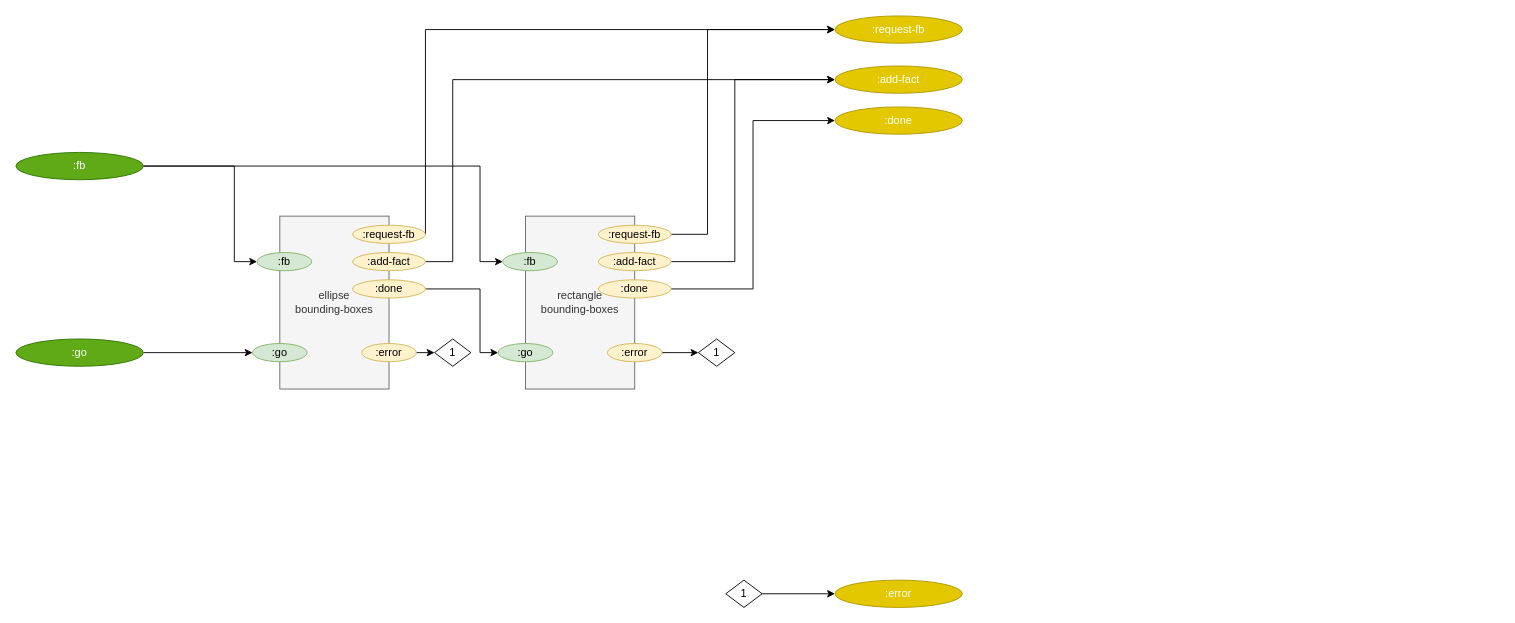
The draw.io diagram page "Passes" (10 of 10) of svg/cl-compiler/doc/compiler-test-bed.drawio in bmfbp/bmfbp, before the edit. Source tidied: cells renumbered, new cells numbered last; positions are measured from the earlier drawing's top-left corner, leaving out a move shared by most shapes. Both pictures are drawn from the tidied source at 91%, with x=0, y=0 at pixel (15, 15).
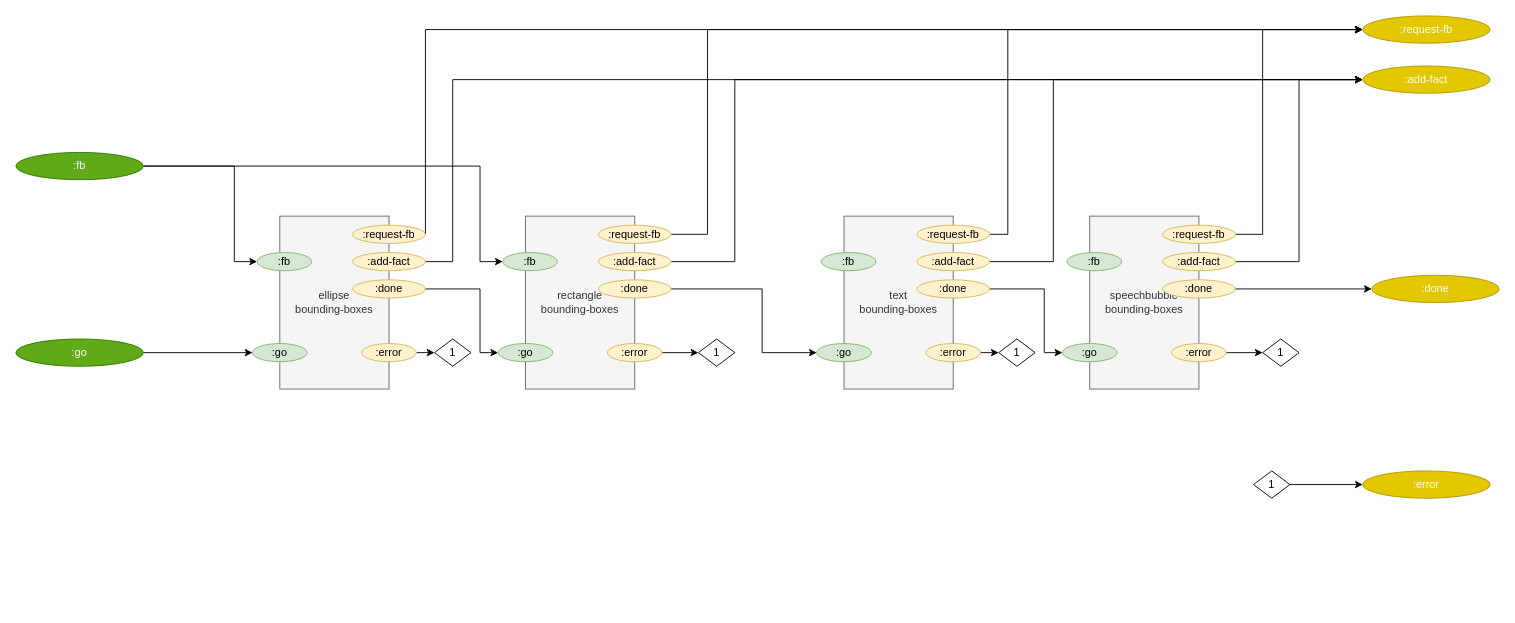
The same diagram, later.

Commit message (it also covers changes not shown here):
fix text matching, must specify all 6 items

The change refers to these unchanged cells:
```xml
<mxCell id="33" value=":done" style="ellipse;whiteSpace=wrap;html=1;fillColor=#fff2cc;strokeColor=#d6b656;" parent="1" vertex="1">
  <mxGeometry x="640" y="290" width="80" height="20" as="geometry" />
</mxCell>
```

The edit, as a diff of the source:
```diff
@@
     <mxCell id="5" value=":error" style="ellipse;whiteSpace=wrap;html=1;fillColor=#e3c800;strokeColor=#B09500;fontColor=#ffffff;" parent="1" vertex="1">
-      <mxGeometry x="900" y="620" width="140" height="30" as="geometry" />
+      <mxGeometry x="1480" y="500" width="140" height="30" as="geometry" />
     </mxCell>
     <mxCell id="6" value=":done" style="ellipse;whiteSpace=wrap;html=1;fillColor=#e3c800;strokeColor=#B09500;fontColor=#ffffff;" parent="1" vertex="1">
-      <mxGeometry x="900" y="100" width="140" height="30" as="geometry" />
+      <mxGeometry x="1490" y="285" width="140" height="30" as="geometry" />
     </mxCell>
     <mxCell id="7" value=":add-fact" style="ellipse;whiteSpace=wrap;html=1;fillColor=#e3c800;strokeColor=#B09500;fontColor=#ffffff;" parent="1" vertex="1">
-      <mxGeometry x="900" y="55" width="140" height="30" as="geometry" />
+      <mxGeometry x="1480" y="55" width="140" height="30" as="geometry" />
     </mxCell>
     <mxCell id="8" value=":request-fb" style="ellipse;whiteSpace=wrap;html=1;fillColor=#e3c800;strokeColor=#B09500;fontColor=#ffffff;" parent="1" vertex="1">
-      <mxGeometry x="900" width="140" height="30" as="geometry" />
+      <mxGeometry x="1480" width="140" height="30" as="geometry" />
     </mxCell>
@@
     <mxCell id="21" value="1" style="rhombus;whiteSpace=wrap;html=1;" parent="1" vertex="1">
-      <mxGeometry x="780" y="620" width="40" height="30" as="geometry" />
+      <mxGeometry x="1360" y="500" width="40" height="30" as="geometry" />
     </mxCell>
@@
-    <mxCell id="32" style="edgeStyle=orthogonalEdgeStyle;rounded=0;jettySize=auto;html=1;exitX=1;exitY=0.5;exitDx=0;exitDy=0;entryX=0;entryY=0.5;entryDx=0;entryDy=0;" parent="1" edge="1" source="33" target="6">
-      <mxGeometry relative="1" as="geometry" />
-    </mxCell>
+    <mxCell id="37" style="edgeStyle=orthogonalEdgeStyle;rounded=0;jettySize=auto;html=1;exitX=1;exitY=0.5;exitDx=0;exitDy=0;entryX=0;entryY=0.5;entryDx=0;entryDy=0;" parent="1" edge="1" source="33" target="44">
+      <mxGeometry relative="1" as="geometry">
+        <Array as="points">
+          <mxPoint x="820" y="300" />
+          <mxPoint x="820" y="370" />
+        </Array>
+      </mxGeometry>
+    </mxCell>
@@
+    <mxCell id="38" value="text&lt;br&gt;bounding-boxes" style="rounded=0;whiteSpace=wrap;html=1;fillColor=#f5f5f5;strokeColor=#666666;fontColor=#333333;" parent="1" vertex="1">
+      <mxGeometry x="910" y="220" width="120" height="190" as="geometry" />
+    </mxCell>
+    <mxCell id="39" value=":fb" style="ellipse;whiteSpace=wrap;html=1;fillColor=#d5e8d4;strokeColor=#82b366;" parent="1" vertex="1">
+      <mxGeometry x="885" y="260" width="60" height="20" as="geometry" />
+    </mxCell>
+    <mxCell id="40" style="edgeStyle=orthogonalEdgeStyle;rounded=0;jettySize=auto;html=1;exitX=1;exitY=0.5;exitDx=0;exitDy=0;entryX=0;entryY=0.5;entryDx=0;entryDy=0;" parent="1" edge="1" source="41" target="7">
+      <mxGeometry relative="1" as="geometry">
+        <Array as="points">
+          <mxPoint x="1140" y="270" />
+          <mxPoint x="1140" y="70" />
+        </Array>
+      </mxGeometry>
+    </mxCell>
+    <mxCell id="41" value=":add-fact" style="ellipse;whiteSpace=wrap;html=1;fillColor=#fff2cc;strokeColor=#d6b656;" parent="1" vertex="1">
+      <mxGeometry x="990" y="260" width="80" height="20" as="geometry" />
+    </mxCell>
+    <mxCell id="42" style="edgeStyle=orthogonalEdgeStyle;rounded=0;jettySize=auto;html=1;exitX=1;exitY=0.5;exitDx=0;exitDy=0;entryX=0;entryY=0.5;entryDx=0;entryDy=0;" parent="1" edge="1" source="43" target="47">
+      <mxGeometry relative="1" as="geometry" />
+    </mxCell>
+    <mxCell id="43" value=":error" style="ellipse;whiteSpace=wrap;html=1;fillColor=#fff2cc;strokeColor=#d6b656;" parent="1" vertex="1">
+      <mxGeometry x="1000" y="360" width="60" height="20" as="geometry" />
+    </mxCell>
+    <mxCell id="44" value=":go" style="ellipse;whiteSpace=wrap;html=1;fillColor=#d5e8d4;strokeColor=#82b366;" parent="1" vertex="1">
+      <mxGeometry x="880" y="360" width="60" height="20" as="geometry" />
+    </mxCell>
+    <mxCell id="45" style="edgeStyle=orthogonalEdgeStyle;rounded=0;jettySize=auto;html=1;exitX=1;exitY=0.5;exitDx=0;exitDy=0;entryX=0;entryY=0.5;entryDx=0;entryDy=0;" parent="1" edge="1" source="46" target="56">
+      <mxGeometry relative="1" as="geometry">
+        <Array as="points">
+          <mxPoint x="1130" y="300" />
+          <mxPoint x="1130" y="370" />
+        </Array>
+      </mxGeometry>
+    </mxCell>
+    <mxCell id="46" value=":done" style="ellipse;whiteSpace=wrap;html=1;fillColor=#fff2cc;strokeColor=#d6b656;" parent="1" vertex="1">
+      <mxGeometry x="990" y="290" width="80" height="20" as="geometry" />
+    </mxCell>
+    <mxCell id="47" value="1" style="rhombus;whiteSpace=wrap;html=1;" parent="1" vertex="1">
+      <mxGeometry x="1080" y="355" width="40" height="30" as="geometry" />
+    </mxCell>
+    <mxCell id="48" style="edgeStyle=orthogonalEdgeStyle;rounded=0;jettySize=auto;html=1;exitX=1;exitY=0.5;exitDx=0;exitDy=0;entryX=0;entryY=0.5;entryDx=0;entryDy=0;" parent="1" edge="1" source="49" target="8">
+      <mxGeometry relative="1" as="geometry">
+        <Array as="points">
+          <mxPoint x="1090" y="240" />
+          <mxPoint x="1090" y="15" />
+        </Array>
+      </mxGeometry>
+    </mxCell>
+    <mxCell id="49" value=":request-fb" style="ellipse;whiteSpace=wrap;html=1;fillColor=#fff2cc;strokeColor=#d6b656;" parent="1" vertex="1">
+      <mxGeometry x="990" y="230" width="80" height="20" as="geometry" />
+    </mxCell>
+    <mxCell id="50" value="speechbubble&lt;br&gt;bounding-boxes" style="rounded=0;whiteSpace=wrap;html=1;fillColor=#f5f5f5;strokeColor=#666666;fontColor=#333333;" parent="1" vertex="1">
+      <mxGeometry x="1180" y="220" width="120" height="190" as="geometry" />
+    </mxCell>
+    <mxCell id="51" value=":fb" style="ellipse;whiteSpace=wrap;html=1;fillColor=#d5e8d4;strokeColor=#82b366;" parent="1" vertex="1">
+      <mxGeometry x="1155" y="260" width="60" height="20" as="geometry" />
+    </mxCell>
+    <mxCell id="52" style="edgeStyle=orthogonalEdgeStyle;rounded=0;jettySize=auto;html=1;exitX=1;exitY=0.5;exitDx=0;exitDy=0;entryX=0;entryY=0.5;entryDx=0;entryDy=0;" parent="1" edge="1" source="53" target="7">
+      <mxGeometry relative="1" as="geometry" />
+    </mxCell>
+    <mxCell id="53" value=":add-fact" style="ellipse;whiteSpace=wrap;html=1;fillColor=#fff2cc;strokeColor=#d6b656;" parent="1" vertex="1">
+      <mxGeometry x="1260" y="260" width="80" height="20" as="geometry" />
+    </mxCell>
+    <mxCell id="54" style="edgeStyle=orthogonalEdgeStyle;rounded=0;jettySize=auto;html=1;exitX=1;exitY=0.5;exitDx=0;exitDy=0;entryX=0;entryY=0.5;entryDx=0;entryDy=0;" parent="1" edge="1" source="55" target="59">
+      <mxGeometry relative="1" as="geometry" />
+    </mxCell>
+    <mxCell id="55" value=":error" style="ellipse;whiteSpace=wrap;html=1;fillColor=#fff2cc;strokeColor=#d6b656;" parent="1" vertex="1">
+      <mxGeometry x="1270" y="360" width="60" height="20" as="geometry" />
+    </mxCell>
+    <mxCell id="56" value=":go" style="ellipse;whiteSpace=wrap;html=1;fillColor=#d5e8d4;strokeColor=#82b366;" parent="1" vertex="1">
+      <mxGeometry x="1150" y="360" width="60" height="20" as="geometry" />
+    </mxCell>
+    <mxCell id="57" style="edgeStyle=orthogonalEdgeStyle;rounded=0;jettySize=auto;html=1;exitX=1;exitY=0.5;exitDx=0;exitDy=0;entryX=0;entryY=0.5;entryDx=0;entryDy=0;" parent="1" edge="1" source="58" target="6">
+      <mxGeometry relative="1" as="geometry" />
+    </mxCell>
+    <mxCell id="58" value=":done" style="ellipse;whiteSpace=wrap;html=1;fillColor=#fff2cc;strokeColor=#d6b656;" parent="1" vertex="1">
+      <mxGeometry x="1260" y="290" width="80" height="20" as="geometry" />
+    </mxCell>
+    <mxCell id="59" value="1" style="rhombus;whiteSpace=wrap;html=1;" parent="1" vertex="1">
+      <mxGeometry x="1370" y="355" width="40" height="30" as="geometry" />
+    </mxCell>
+    <mxCell id="60" style="edgeStyle=orthogonalEdgeStyle;rounded=0;jettySize=auto;html=1;exitX=1;exitY=0.5;exitDx=0;exitDy=0;entryX=0;entryY=0.5;entryDx=0;entryDy=0;" parent="1" edge="1" source="61" target="8">
+      <mxGeometry relative="1" as="geometry">
+        <Array as="points">
+          <mxPoint x="1370" y="240" />
+          <mxPoint x="1370" y="15" />
+        </Array>
+      </mxGeometry>
+    </mxCell>
+    <mxCell id="61" value=":request-fb" style="ellipse;whiteSpace=wrap;html=1;fillColor=#fff2cc;strokeColor=#d6b656;" parent="1" vertex="1">
+      <mxGeometry x="1260" y="230" width="80" height="20" as="geometry" />
+    </mxCell>
```
